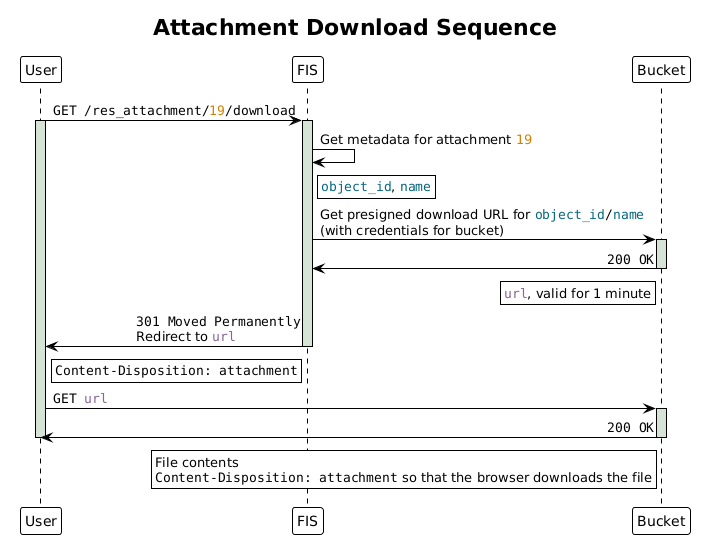
Earlier version of the PlantUML export docs-dev/diagrams/attachment_download_sequence.png (elhub/flex-information-system).
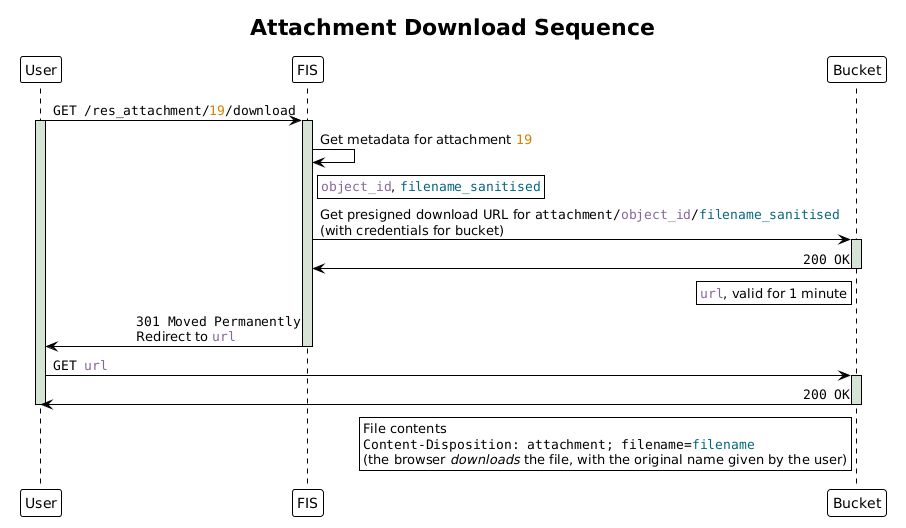
Above is the later version.

Commit message:
fix: docs + check constraint on sanitised filename (FLEX-1323)

The edit, as a diff of the source:
```diff
@@ -16,10 +16,10 @@
 
 fis -> fis: Get metadata for attachment <color #d58000>19</color>
 rnote right of fis
-""<color #05677d>object_id</color>"", ""<color #05677d>name</color>""
+""<color #886599>object_id</color>"", ""<color #05677d>filename_sanitised</color>""
 end note
 
-fis -> bucket:Get presigned download URL for ""<color #05677d>object_id</color>/<color #05677d>name</color>""\n(with credentials for bucket)
+fis -> bucket:Get presigned download URL for ""attachment/<color #886599>object_id</color>/<color #05677d>filename_sanitised</color>""\n(with credentials for bucket)
 activate bucket #d6e4d5
 
 bucket -> fis: ""200 OK""
@@ -29,9 +29,6 @@
 deactivate bucket
 
 fis -> user:""301 Moved Permanently""\nRedirect to ""<color #886599>url</color>""
-rnote left of fis
-""Content-Disposition: attachment""
-end note
 deactivate fis
 
 user -> bucket: ""GET <color #886599>url</color>""
@@ -41,7 +38,8 @@
 deactivate user
 rnote left of bucket
 File contents
-""Content-Disposition: attachment"" so that the browser downloads the file
+""Content-Disposition: attachment; filename=<color #05677d>filename</color>""
+(the browser <i>downloads</i> the file, with the original name given by the user)
 end note
 
 @enduml
```
